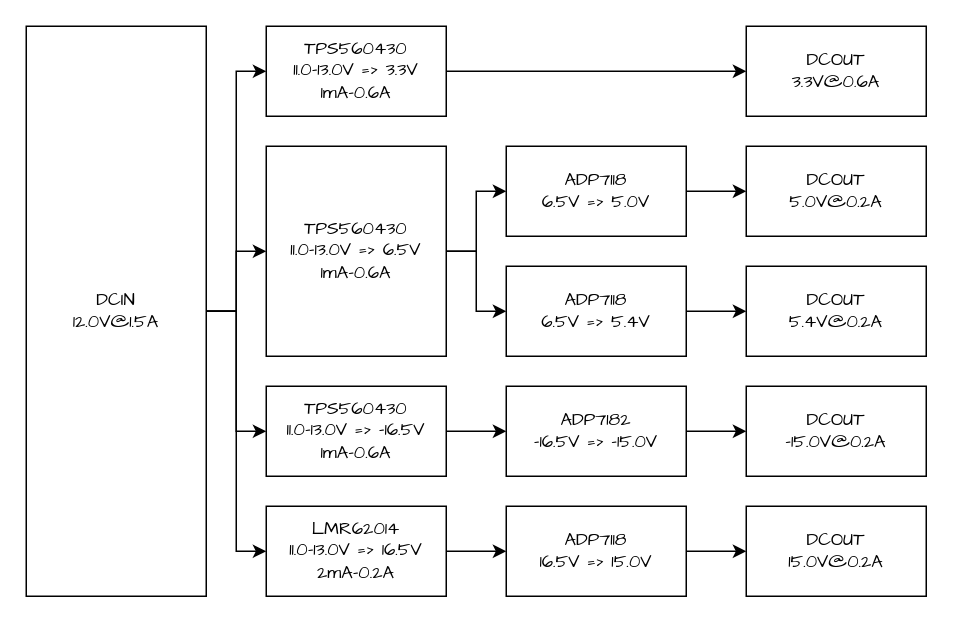
Earlier version of the draw.io diagram module-structure.drawio (CRThu/MiniPowerModule). Source tidied: cells renumbered, new cells numbered last; positions are measured from the earlier drawing's top-left corner, leaving out a move shared by most shapes. Both pictures are drawn from the tidied source at 150%, with x=0, y=0 at pixel (26, 26).
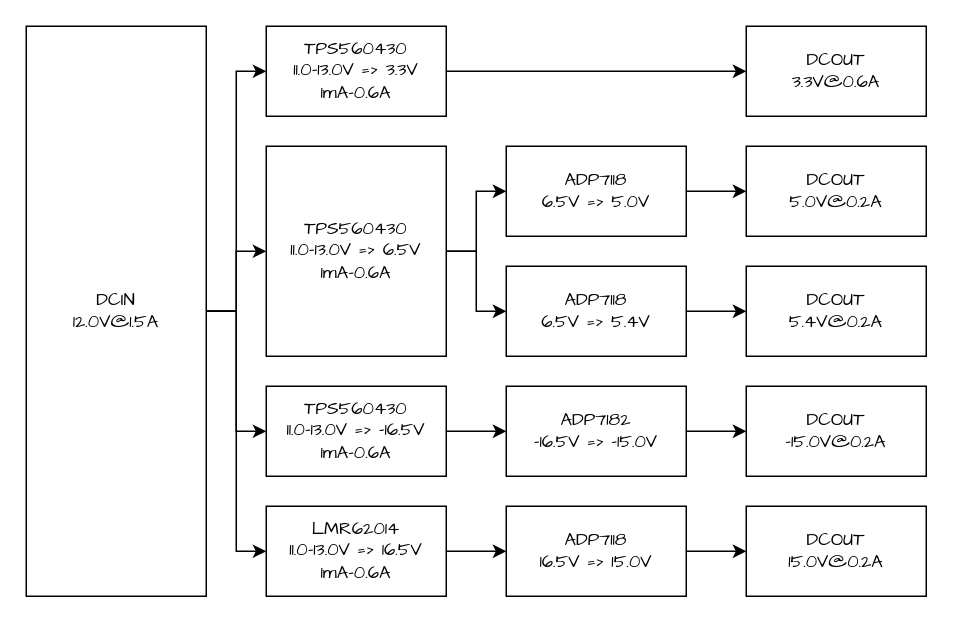
The same page after the edit.

What changed in the source:
```diff
@@
-    <mxCell id="15" value="LMR62014&lt;br&gt;11.0-13.0V =&amp;gt; 16.5V&lt;br&gt;2mA-0.2A" style="rounded=0;whiteSpace=wrap;html=1;fillColor=none;fontFamily=Comic Sans MS;" parent="1" vertex="1">
+    <mxCell id="15" value="LMR62014&lt;br&gt;11.0-13.0V =&amp;gt; 16.5V&lt;br&gt;1mA-0.6A" style="rounded=0;whiteSpace=wrap;html=1;fillColor=none;fontFamily=Comic Sans MS;" parent="1" vertex="1">
       <mxGeometry x="160" y="320" width="120" height="60" as="geometry" />
     </mxCell>
```
